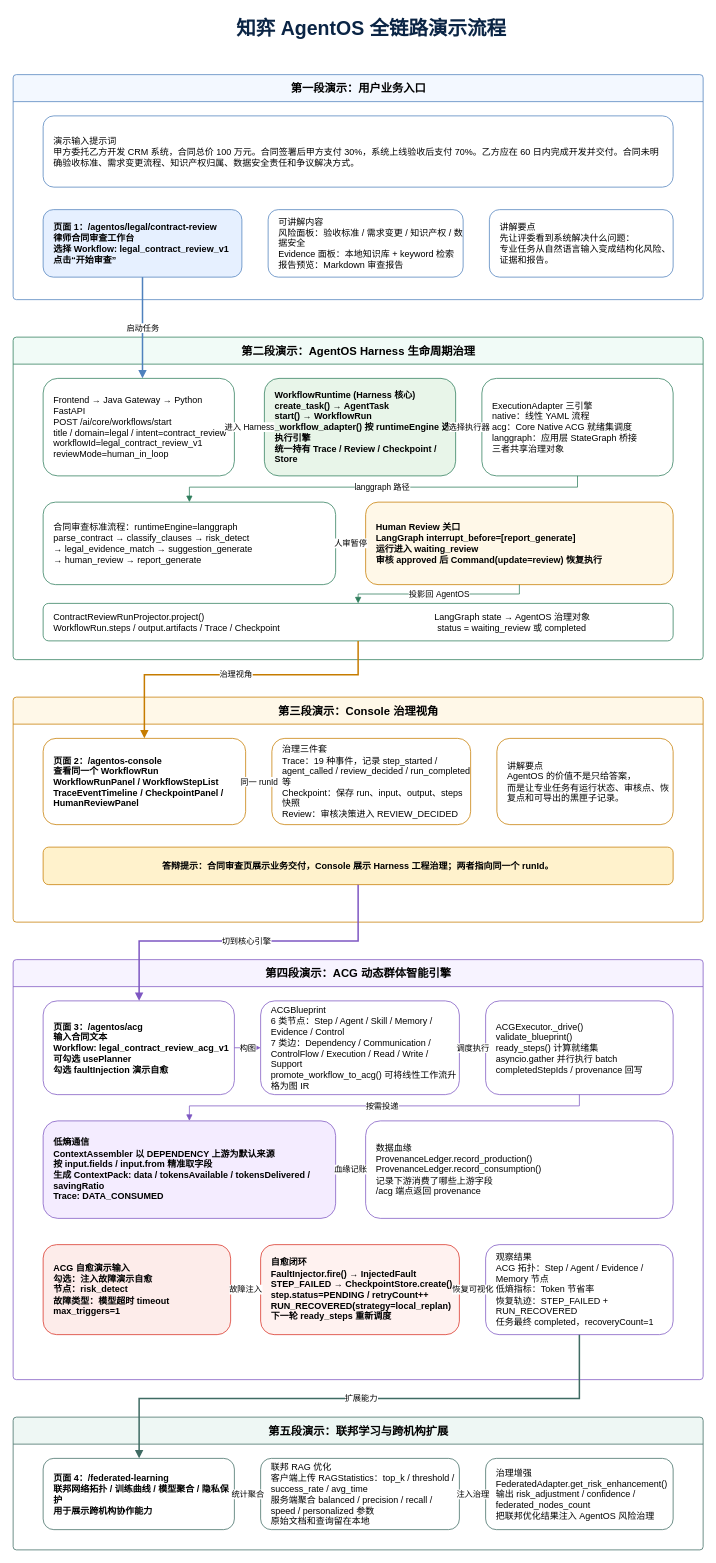
Before: docs/02-架构设计/figures/知弈_全链路演示流程.drawio in zongxi-Li/zhiyi-AgentOS, a draw.io diagram. Source tidied: cells renumbered, new cells numbered last; positions are measured from the earlier drawing's top-left corner, leaving out a move shared by most shapes. Both pictures are drawn from the tidied source at 75%, with x=0, y=0 at pixel (13, 13).
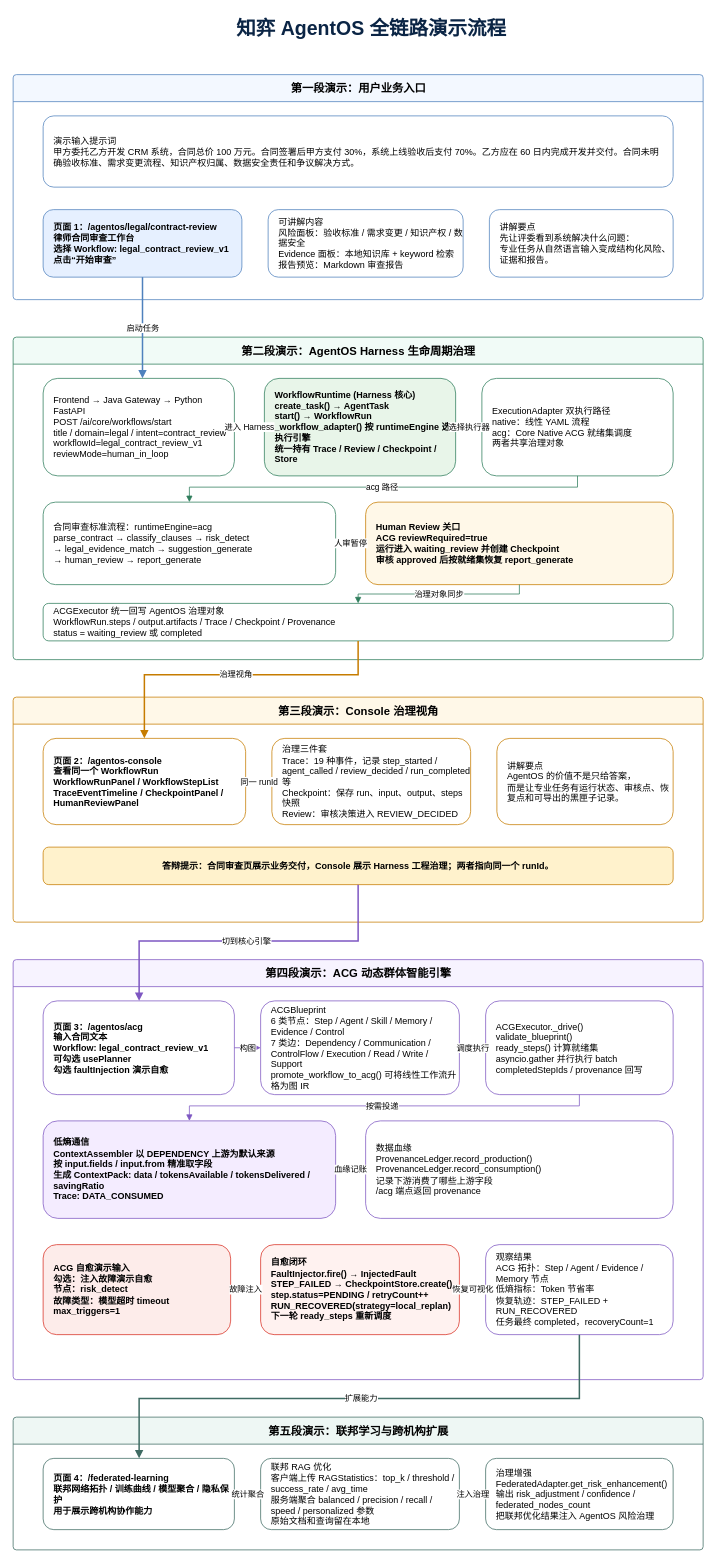
Above is the later version.

Change to the diagram source:
```diff
@@
-    <mxCell id="11" value="ExecutionAdapter 三引擎&#10;native：线性 YAML 流程&#10;acg：Core Native ACG 就绪集调度&#10;langgraph：应用层 StateGraph 桥接&#10;三者共享治理对象" style="rounded=1;whiteSpace=wrap;html=1;fillColor=#ffffff;strokeColor=#2e7d5b;fontSize=12;align=left;spacingLeft=12;" parent="1" vertex="1">
+    <mxCell id="11" value="ExecutionAdapter 双执行路径&#10;native：线性 YAML 流程&#10;acg：Core Native ACG 就绪集调度&#10;两者共享治理对象" style="rounded=1;whiteSpace=wrap;html=1;fillColor=#ffffff;strokeColor=#2e7d5b;fontSize=12;align=left;spacingLeft=12;" parent="1" vertex="1">
       <mxGeometry x="625" y="487" width="255" height="130" as="geometry" />
     </mxCell>
-    <mxCell id="12" value="合同审查标准流程：runtimeEngine=langgraph&#10;parse_contract → classify_clauses → risk_detect&#10;→ legal_evidence_match → suggestion_generate&#10;→ human_review → report_generate" style="rounded=1;whiteSpace=wrap;html=1;fillColor=#ffffff;strokeColor=#2e7d5b;fontSize=12;align=left;spacingLeft=12;" parent="1" vertex="1">
-      <mxGeometry x="40" y="652" width="390" height="110" as="geometry" />
-    </mxCell>
+    <mxCell id="51" value="合同审查标准流程：runtimeEngine=acg&#10;parse_contract → classify_clauses → risk_detect&#10;→ legal_evidence_match → suggestion_generate&#10;→ human_review → report_generate" style="rounded=1;whiteSpace=wrap;html=1;fillColor=#ffffff;strokeColor=#2e7d5b;fontSize=12;align=left;spacingLeft=12;" parent="1" vertex="1">
+      <mxGeometry x="40" y="652" width="390" height="110" as="geometry" />
+    </mxCell>
-    <mxCell id="13" value="Human Review 关口&#10;LangGraph interrupt_before=[report_generate]&#10;运行进入 waiting_review&#10;审核 approved 后 Command(update=review) 恢复执行" style="rounded=1;whiteSpace=wrap;html=1;fillColor=#fff8e8;strokeColor=#c67c00;fontSize=12;fontStyle=1;align=left;spacingLeft=12;" parent="1" vertex="1">
+    <mxCell id="13" value="Human Review 关口&#10;ACG reviewRequired=true&#10;运行进入 waiting_review 并创建 Checkpoint&#10;审核 approved 后按就绪集恢复 report_generate" style="rounded=1;whiteSpace=wrap;html=1;fillColor=#fff8e8;strokeColor=#c67c00;fontSize=12;fontStyle=1;align=left;spacingLeft=12;" parent="1" vertex="1">
       <mxGeometry x="470" y="652" width="410" height="110" as="geometry" />
     </mxCell>
-    <mxCell id="14" value="ContractReviewRunProjector.project()&amp;nbsp; &amp;nbsp; &amp;nbsp; &amp;nbsp; &amp;nbsp; &amp;nbsp; &amp;nbsp; &amp;nbsp; &amp;nbsp; &amp;nbsp; &amp;nbsp; &amp;nbsp; &amp;nbsp; &amp;nbsp; &amp;nbsp; &amp;nbsp; &amp;nbsp; &amp;nbsp; &amp;nbsp; &amp;nbsp; &amp;nbsp; &amp;nbsp; &amp;nbsp; &amp;nbsp; &amp;nbsp; &amp;nbsp; &amp;nbsp; &amp;nbsp; &amp;nbsp; &amp;nbsp; &amp;nbsp; &amp;nbsp; &amp;nbsp; &amp;nbsp; &amp;nbsp; &amp;nbsp; &amp;nbsp; &amp;nbsp; &amp;nbsp; &amp;nbsp; &amp;nbsp; &amp;nbsp; &amp;nbsp; &amp;nbsp; &amp;nbsp; &amp;nbsp; LangGraph state → AgentOS 治理对象&lt;br&gt;WorkflowRun.steps / output.artifacts / Trace / Checkpoint&amp;nbsp; &amp;nbsp; &amp;nbsp; &amp;nbsp; &amp;nbsp; &amp;nbsp; &amp;nbsp; &amp;nbsp; &amp;nbsp; &amp;nbsp; &amp;nbsp; &amp;nbsp; &amp;nbsp; &amp;nbsp; &amp;nbsp; &amp;nbsp; &amp;nbsp; &amp;nbsp; &amp;nbsp; &amp;nbsp; &amp;nbsp; &amp;nbsp; &amp;nbsp; &amp;nbsp; &amp;nbsp; &amp;nbsp; &amp;nbsp; &amp;nbsp; &amp;nbsp; &amp;nbsp; &amp;nbsp; &amp;nbsp;status = waiting_review 或 completed" style="rounded=1;whiteSpace=wrap;html=1;fillColor=#ffffff;strokeColor=#2e7d5b;fontSize=12;align=left;spacingLeft=12;" parent="1" vertex="1">
+    <mxCell id="14" value="ACGExecutor 统一回写 AgentOS 治理对象&#10;WorkflowRun.steps / output.artifacts / Trace / Checkpoint / Provenance&#10;status = waiting_review 或 completed" style="rounded=1;whiteSpace=wrap;html=1;fillColor=#ffffff;strokeColor=#2e7d5b;fontSize=12;align=left;spacingLeft=12;" parent="1" vertex="1">
       <mxGeometry x="40" y="787" width="840" height="50" as="geometry" />
     </mxCell>
@@
-    <mxCell id="21" value="页面 3：/agentos/acg&#10;输入合同文本&#10;Workflow: legal_contract_review_acg_v1&#10;可勾选 usePlanner&#10;勾选 faultInjection 演示自愈" style="rounded=1;whiteSpace=wrap;html=1;fillColor=#ffffff;strokeColor=#7e57c2;fontSize=12;fontStyle=1;align=left;spacingLeft=12;" parent="1" vertex="1">
+    <mxCell id="21" value="页面 3：/agentos/acg&#10;输入合同文本&#10;Workflow: legal_contract_review_v1&#10;可勾选 usePlanner&#10;勾选 faultInjection 演示自愈" style="rounded=1;whiteSpace=wrap;html=1;fillColor=#ffffff;strokeColor=#7e57c2;fontSize=12;fontStyle=1;align=left;spacingLeft=12;" parent="1" vertex="1">
       <mxGeometry x="40" y="1317" width="255" height="125" as="geometry" />
     </mxCell>
@@
-    <mxCell id="36" value="langgraph 路径" style="edgeStyle=orthogonalEdgeStyle;rounded=0;html=1;endArrow=block;strokeColor=#2e7d5b;fontSize=11;" parent="1" edge="1" source="11" target="12">
+    <mxCell id="36" value="acg 路径" style="edgeStyle=orthogonalEdgeStyle;rounded=0;html=1;endArrow=block;strokeColor=#2e7d5b;fontSize=11;" parent="1" edge="1" source="11" target="51">
       <mxGeometry relative="1" as="geometry">
         <Array as="points">
           <mxPoint x="753" y="632" />
           <mxPoint x="235" y="632" />
         </Array>
       </mxGeometry>
     </mxCell>
-    <mxCell id="37" value="人审暂停" style="edgeStyle=orthogonalEdgeStyle;rounded=0;html=1;endArrow=block;strokeColor=#c67c00;fontSize=11;" parent="1" edge="1" source="12" target="13">
+    <mxCell id="37" value="人审暂停" style="edgeStyle=orthogonalEdgeStyle;rounded=0;html=1;endArrow=block;strokeColor=#c67c00;fontSize=11;" parent="1" edge="1" source="51" target="13">
       <mxGeometry relative="1" as="geometry" />
     </mxCell>
-    <mxCell id="38" value="投影回 AgentOS" style="edgeStyle=orthogonalEdgeStyle;rounded=0;html=1;endArrow=block;strokeColor=#2e7d5b;fontSize=11;" parent="1" edge="1" source="13" target="14">
+    <mxCell id="38" value="治理对象同步" style="edgeStyle=orthogonalEdgeStyle;rounded=0;html=1;endArrow=block;strokeColor=#2e7d5b;fontSize=11;" parent="1" edge="1" source="13" target="14">
       <mxGeometry relative="1" as="geometry" />
     </mxCell>
```
